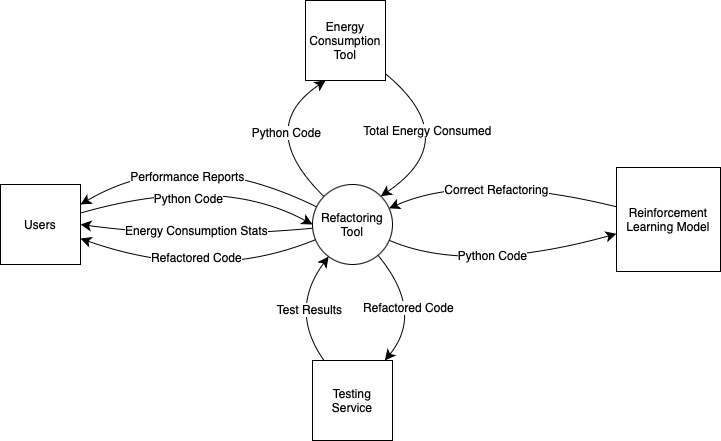
This is docs/Images/WorkContextModel.png from ssm-lab/capstone--source-code-optimizer, a draw.io export, as it was before one commit. Source tidied: cells renumbered, new cells last; positions are measured from the earlier drawing's top-left corner, leaving out a move shared by most shapes.
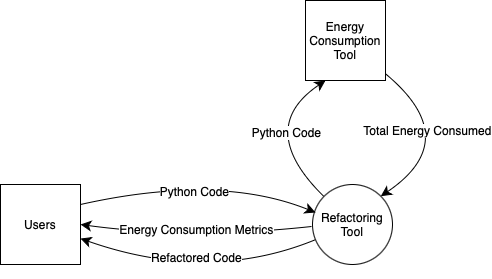
Above is the later version.

The edit, as a diff of the source:
```diff
@@ -14,18 +14,6 @@
         <mxPoint x="27" y="2" as="offset" />
       </mxGeometry>
     </mxCell>
-    <mxCell id="4" style="edgeStyle=none;curved=1;rounded=0;jettySize=auto;html=1;fontSize=12;startSize=8;endSize=8;" parent="1" edge="1" source="14" target="23">
-      <mxGeometry relative="1" as="geometry">
-        <Array as="points">
-          <mxPoint x="468" y="274" />
-        </Array>
-      </mxGeometry>
-    </mxCell>
-    <mxCell id="5" value="Python Code" style="edgeLabel;html=1;align=center;verticalAlign=middle;fontSize=12;" parent="4" vertex="1">
-      <mxGeometry x="-0.15" y="11" relative="1" as="geometry">
-        <mxPoint x="11" y="-5" as="offset" />
-      </mxGeometry>
-    </mxCell>
     <mxCell id="6" style="edgeStyle=none;curved=1;rounded=0;jettySize=auto;html=1;fontSize=12;startSize=8;endSize=8;" parent="1" edge="1" source="14" target="20">
       <mxGeometry relative="1" as="geometry">
         <Array as="points">
@@ -38,42 +26,19 @@
         <mxPoint x="20" y="10" as="offset" />
       </mxGeometry>
     </mxCell>
-    <mxCell id="8" style="edgeStyle=none;curved=1;rounded=0;jettySize=auto;html=1;entryX=1;entryY=0.5;entryDx=0;entryDy=0;fontSize=12;startSize=8;endSize=8;" parent="1" edge="1" source="14" target="20">
+    <mxCell id="8" style="edgeStyle=none;curved=1;rounded=0;jettySize=auto;html=1;entryX=1;entryY=0.5;entryDx=0;entryDy=0;fontSize=12;startSize=8;endSize=8;" parent="1" edge="1" target="20">
       <mxGeometry relative="1" as="geometry">
+        <mxPoint x="311" y="226" as="sourcePoint" />
         <Array as="points">
           <mxPoint x="191" y="239" />
         </Array>
       </mxGeometry>
     </mxCell>
-    <mxCell id="9" value="Energy Consumption Stats" style="edgeLabel;html=1;align=center;verticalAlign=middle;fontSize=12;" parent="8" vertex="1">
+    <mxCell id="9" value="Energy Consumption Metrics" style="edgeLabel;html=1;align=center;verticalAlign=middle;fontSize=12;" parent="8" vertex="1">
       <mxGeometry x="0.03" y="2" relative="1" as="geometry">
-        <mxPoint x="3" y="-11" as="offset" />
+        <mxPoint x="3" y="-12" as="offset" />
       </mxGeometry>
     </mxCell>
-    <mxCell id="10" style="edgeStyle=none;curved=1;rounded=0;jettySize=auto;html=1;entryX=1;entryY=0.25;entryDx=0;entryDy=0;fontSize=12;startSize=8;endSize=8;" parent="1" edge="1" source="14" target="20">
-      <mxGeometry relative="1" as="geometry">
-        <Array as="points">
-          <mxPoint x="185" y="142" />
-        </Array>
-      </mxGeometry>
-    </mxCell>
-    <mxCell id="11" value="Performance Reports" style="edgeLabel;html=1;align=center;verticalAlign=middle;fontSize=12;" parent="10" vertex="1">
-      <mxGeometry x="-0.09" y="22" relative="1" as="geometry">
-        <mxPoint x="-10" y="3" as="offset" />
-      </mxGeometry>
-    </mxCell>
-    <mxCell id="12" style="edgeStyle=none;curved=1;rounded=0;jettySize=auto;html=1;fontSize=12;startSize=8;endSize=8;" parent="1" edge="1" source="14" target="26">
-      <mxGeometry relative="1" as="geometry">
-        <Array as="points">
-          <mxPoint x="424" y="311" />
-        </Array>
-      </mxGeometry>
-    </mxCell>
-    <mxCell id="13" value="Refactored Code" style="edgeLabel;html=1;align=center;verticalAlign=middle;fontSize=12;" parent="12" vertex="1">
-      <mxGeometry x="-0.26" y="-8" relative="1" as="geometry">
-        <mxPoint x="4" y="8" as="offset" />
-      </mxGeometry>
-    </mxCell>
     <mxCell id="14" value="Refactoring Tool" style="ellipse;whiteSpace=wrap;html=1;" parent="1" vertex="1">
       <mxGeometry x="312" y="184" width="80" height="80" as="geometry" />
     </mxCell>
@@ -92,7 +57,7 @@
     <mxCell id="17" value="Energy Consumption Tool" style="whiteSpace=wrap;html=1;" parent="1" vertex="1">
       <mxGeometry x="305" width="80" height="80" as="geometry" />
     </mxCell>
-    <mxCell id="18" style="edgeStyle=none;curved=1;rounded=0;jettySize=auto;html=1;entryX=0;entryY=0.5;entryDx=0;entryDy=0;fontSize=12;startSize=8;endSize=8;" parent="1" edge="1" source="20" target="14">
+    <mxCell id="18" style="edgeStyle=none;curved=1;rounded=0;jettySize=auto;html=1;entryX=0.038;entryY=0.35;entryDx=0;entryDy=0;fontSize=12;startSize=8;endSize=8;entryPerimeter=0;exitX=1;exitY=0.25;exitDx=0;exitDy=0;" parent="1" edge="1" source="20" target="14">
       <mxGeometry relative="1" as="geometry">
         <Array as="points">
           <mxPoint x="218" y="173" />
@@ -101,39 +66,11 @@
     </mxCell>
     <mxCell id="19" value="Python Code" style="edgeLabel;html=1;align=center;verticalAlign=middle;fontSize=12;" parent="18" vertex="1">
       <mxGeometry x="-0.01" y="-3" relative="1" as="geometry">
-        <mxPoint x="-13" y="16" as="offset" />
+        <mxPoint x="-6" y="10" as="offset" />
       </mxGeometry>
     </mxCell>
     <mxCell id="20" value="Users" style="whiteSpace=wrap;html=1;" parent="1" vertex="1">
       <mxGeometry y="184" width="80" height="80" as="geometry" />
     </mxCell>
-    <mxCell id="21" style="edgeStyle=none;curved=1;rounded=0;jettySize=auto;html=1;fontSize=12;startSize=8;endSize=8;" parent="1" edge="1" source="23" target="14">
-      <mxGeometry relative="1" as="geometry">
-        <Array as="points">
-          <mxPoint x="472" y="171" />
-        </Array>
-      </mxGeometry>
-    </mxCell>
-    <mxCell id="22" value="Correct Refactoring" style="edgeLabel;html=1;align=center;verticalAlign=middle;fontSize=12;" parent="21" vertex="1">
-      <mxGeometry x="0.17" y="9" relative="1" as="geometry">
-        <mxPoint x="18" y="7" as="offset" />
-      </mxGeometry>
-    </mxCell>
-    <mxCell id="23" value="Reinforcement Learning Model" style="whiteSpace=wrap;html=1;" parent="1" vertex="1">
-      <mxGeometry x="616" y="167" width="104" height="104" as="geometry" />
-    </mxCell>
-    <mxCell id="24" style="edgeStyle=none;curved=1;rounded=0;jettySize=auto;html=1;fontSize=12;startSize=8;endSize=8;" parent="1" edge="1" source="26" target="14">
-      <mxGeometry relative="1" as="geometry">
-        <Array as="points">
-          <mxPoint x="288" y="310" />
-        </Array>
-      </mxGeometry>
-    </mxCell>
-    <mxCell id="25" value="Test Results" style="edgeLabel;html=1;align=center;verticalAlign=middle;fontSize=12;" parent="24" vertex="1">
-      <mxGeometry x="0.16" y="-16" relative="1" as="geometry" />
-    </mxCell>
-    <mxCell id="26" value="Testing Service" style="whiteSpace=wrap;html=1;" parent="1" vertex="1">
-      <mxGeometry x="312" y="360" width="80" height="80" as="geometry" />
-    </mxCell>
   </root>
 </mxGraphModel>
```
